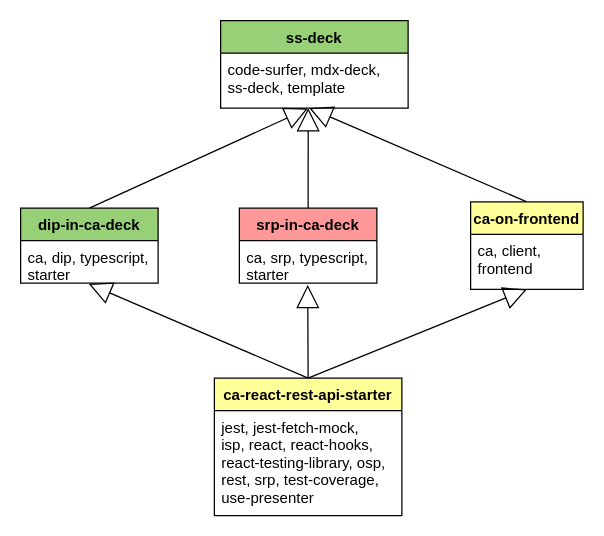
The draw.io diagram diagrams/ca-parts.drawio in softspiders/ca-parts, before the edit. Source tidied: cells renumbered, new cells numbered last; positions are measured from the earlier drawing's top-left corner, leaving out a move shared by most shapes. Both pictures are drawn from the tidied source at 125%, with x=0, y=0 at pixel (20, 20).
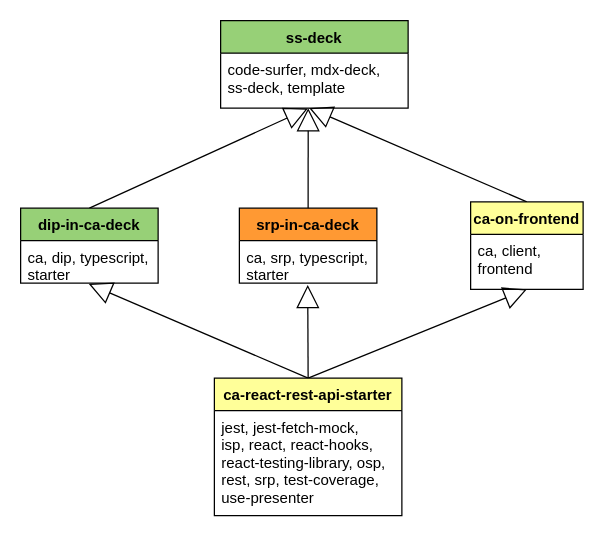
Above is the later version.

Change to the diagram source:
```diff
@@
 <mxGraphModel background="#ffffff">
   <root>
     <mxCell id="0" />
     <mxCell id="1" parent="0" />
     <mxCell id="2" style="endArrow=block;endSize=16;endFill=0;html=1;entryX=0.496;entryY=1.018;entryDx=0;entryDy=0;exitX=0.5;exitY=0;exitDx=0;exitDy=0;entryPerimeter=0;" parent="1" edge="1" source="14" target="7">
       <mxGeometry relative="1" as="geometry" />
     </mxCell>
     <mxCell id="3" style="endArrow=block;endSize=16;endFill=0;html=1;entryX=0.5;entryY=1;entryDx=0;entryDy=0;exitX=0.5;exitY=0;exitDx=0;exitDy=0;" parent="1" edge="1" source="14" target="8">
       <mxGeometry relative="1" as="geometry" />
     </mxCell>
     <mxCell id="4" style="endArrow=block;endSize=16;endFill=0;html=1;entryX=0.465;entryY=1.009;entryDx=0;entryDy=0;entryPerimeter=0;exitX=0.5;exitY=0;exitDx=0;exitDy=0;" parent="1" edge="1" source="6" target="17">
       <mxGeometry relative="1" as="geometry" />
     </mxCell>
     <mxCell id="5" style="endArrow=block;endSize=16;endFill=0;html=1;exitX=0.5;exitY=0;exitDx=0;exitDy=0;entryX=0.472;entryY=0.997;entryDx=0;entryDy=0;entryPerimeter=0;" parent="1" edge="1" source="8" target="17">
       <mxGeometry relative="1" as="geometry" />
     </mxCell>
     <mxCell id="6" value="dip-in-ca-deck" style="swimlane;fontStyle=1;horizontal=1;startSize=26;fillColor=#97D077;" parent="1" vertex="1">
       <mxGeometry y="150" width="110" height="60" as="geometry" />
     </mxCell>
     <mxCell id="7" value="ca, dip, typescript,&#10;starter" style="text;strokeColor=none;fillColor=none;align=left;verticalAlign=top;spacingLeft=4;spacingRight=4;overflow=hidden;points=[[0,0.5],[1,0.5]];portConstraint=eastwest;" parent="6" vertex="1">
       <mxGeometry y="26" width="110" height="34" as="geometry" />
     </mxCell>
     <mxCell id="8" value="ca-on-frontend" style="swimlane;fontStyle=1;horizontal=1;startSize=26;fillColor=#FFFF99;" parent="1" vertex="1">
       <mxGeometry x="360" y="145" width="90" height="70" as="geometry" />
     </mxCell>
     <mxCell id="9" value="ca, client,&#10;frontend" style="text;strokeColor=none;fillColor=none;align=left;verticalAlign=top;spacingLeft=4;spacingRight=4;overflow=hidden;" parent="8" vertex="1">
       <mxGeometry y="26" width="90" height="44" as="geometry" />
     </mxCell>
-    <mxCell id="10" value="srp-in-ca-deck" style="swimlane;fontStyle=1;horizontal=1;startSize=26;fillColor=#FF9999;" parent="1" vertex="1">
+    <mxCell id="10" value="srp-in-ca-deck" style="swimlane;fontStyle=1;horizontal=1;startSize=26;fillColor=#FF9933;" parent="1" vertex="1">
       <mxGeometry x="175" y="150" width="110" height="60" as="geometry" />
     </mxCell>
     <mxCell id="11" value="ca, srp, typescript,&#10;starter" style="text;strokeColor=none;fillColor=none;align=left;verticalAlign=top;spacingLeft=4;spacingRight=4;overflow=hidden;points=[[0,0.5],[1,0.5]];portConstraint=eastwest;" parent="10" vertex="1">
       <mxGeometry y="26" width="110" height="34" as="geometry" />
     </mxCell>
     <mxCell id="12" style="endArrow=block;endSize=16;endFill=0;html=1;entryX=0.467;entryY=1;entryDx=0;entryDy=0;exitX=0.5;exitY=0;exitDx=0;exitDy=0;entryPerimeter=0;" parent="1" edge="1" source="10" target="17">
       <mxGeometry relative="1" as="geometry" />
     </mxCell>
     <mxCell id="13" style="endArrow=block;endSize=16;endFill=0;html=1;exitX=0.5;exitY=0;exitDx=0;exitDy=0;entryX=0.497;entryY=1.042;entryDx=0;entryDy=0;entryPerimeter=0;" parent="1" edge="1" source="14" target="11">
       <mxGeometry relative="1" as="geometry" />
     </mxCell>
     <mxCell id="14" value="ca-react-rest-api-starter" style="swimlane;fontStyle=1;horizontal=1;startSize=26;fillColor=#FFFF99;" parent="1" vertex="1">
       <mxGeometry x="155" y="286" width="150" height="110" as="geometry" />
     </mxCell>
     <mxCell id="15" value="jest, jest-fetch-mock,&#10;isp, react, react-hooks,&#10;react-testing-library, osp,&#10;rest, srp, test-coverage,&#10;use-presenter" style="text;strokeColor=none;fillColor=none;align=left;verticalAlign=top;spacingLeft=4;spacingRight=4;overflow=hidden;" parent="14" vertex="1">
       <mxGeometry y="26" width="150" height="84" as="geometry" />
     </mxCell>
     <mxCell id="16" value="ss-deck" style="swimlane;fontStyle=1;horizontal=1;startSize=26;fillColor=#97D077;" parent="1" vertex="1">
       <mxGeometry x="160" width="150" height="70" as="geometry" />
     </mxCell>
     <mxCell id="17" value="code-surfer, mdx-deck,&#10;ss-deck, template" style="text;strokeColor=none;fillColor=none;align=left;verticalAlign=top;spacingLeft=4;spacingRight=4;overflow=hidden;points=[[0,0.5],[1,0.5]];portConstraint=eastwest;" parent="16" vertex="1">
       <mxGeometry y="26" width="150" height="44" as="geometry" />
     </mxCell>
   </root>
 </mxGraphModel>
```
